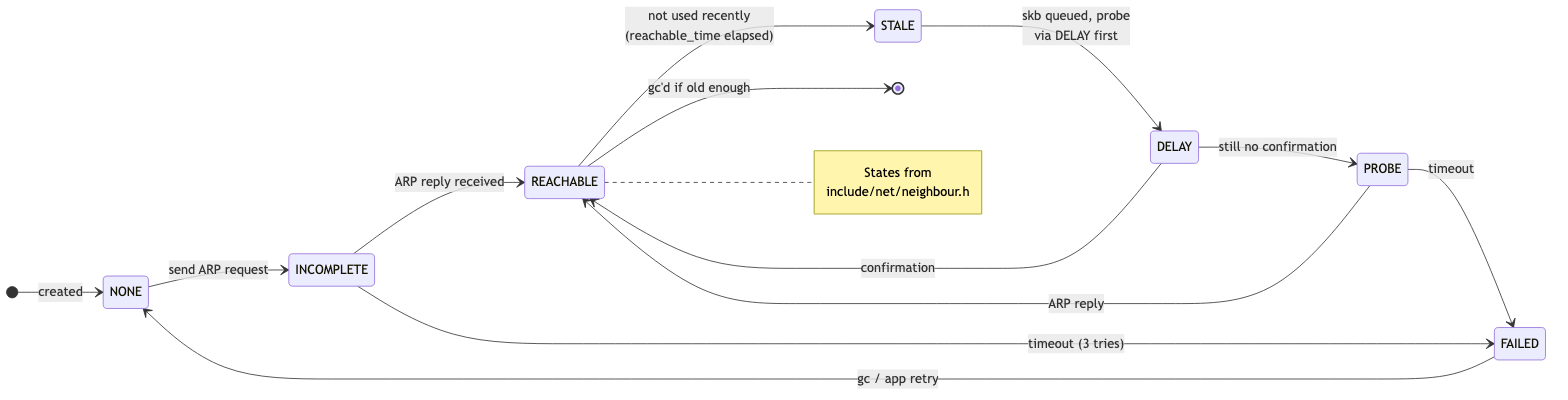
This is linux-net/src/diagrams/day07_neigh_states.png from biefy/books, a Mermaid export, as it was before one commit. Its source is kept beside it as linux-net/src/diagrams/src/day07_neigh_states.mmd.
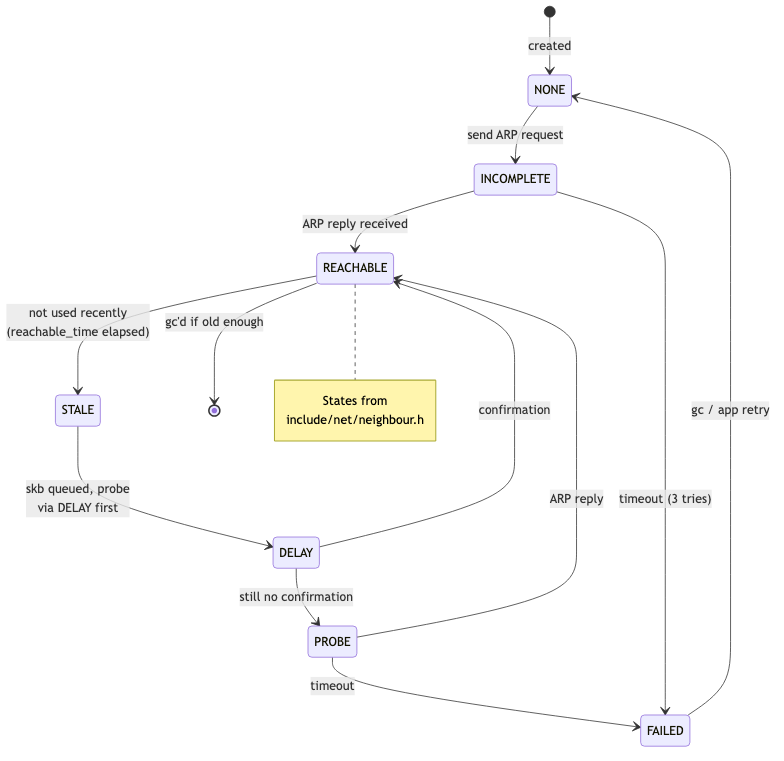
The same file after the commit.

What changed in the source:
```diff
@@ -1,5 +1,5 @@
 stateDiagram-v2
-    direction LR
+    direction TB
     [*] --> NONE: created
 
     NONE --> INCOMPLETE: send ARP request
```
